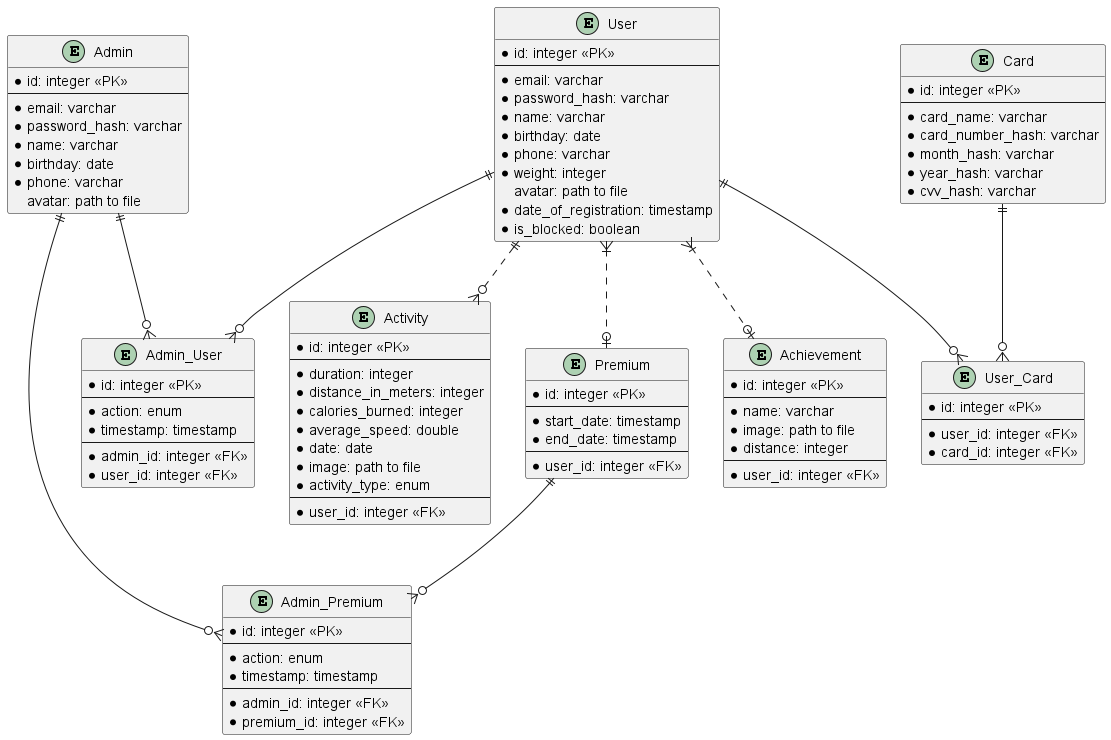
The PlantUML diagram diagrams/er/er_diagram.png in lebedeva-elizaveta/FitnessTracker, before a commit.
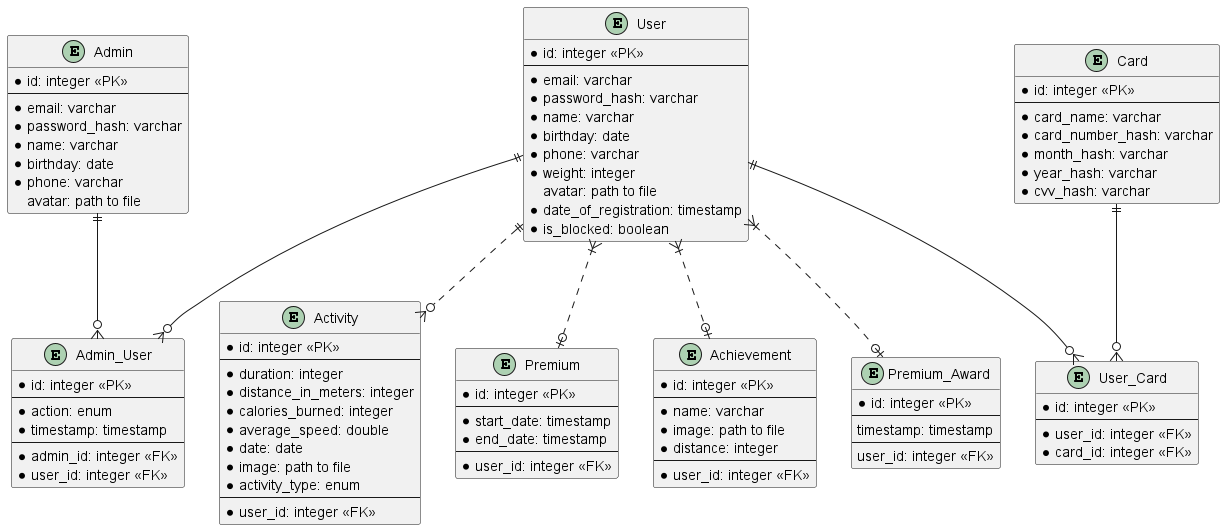
The same diagram one commit later.

What changed in the source:
```diff
@@ -58,16 +58,6 @@
   * user_id: integer <<FK>>
 }
 
-entity Admin_Premium {
-  * id: integer <<PK>>
-  --
-  * action: enum
-  * timestamp: timestamp
-  --
-  * admin_id: integer <<FK>>
-  * premium_id: integer <<FK>>
-}
-
 entity Admin_User {
   * id: integer <<PK>>
   --
@@ -95,11 +85,18 @@
   * user_id: integer <<FK>>
 }
 
+entity Premium_Award {
+    * id: integer <<PK>>
+    --
+    timestamp: timestamp
+    --
+    user_id: integer <<FK>>
+}
+
 User }|..o| Premium
+User }|..o| Premium_Award
 User }|..o| Achievement
 User ||..o{ Activity
-Admin ||--o{ Admin_Premium
-Premium ||--o{ Admin_Premium
 Admin ||--o{ Admin_User
 User ||--o{ Admin_User
 User ||--o{ User_Card
```
